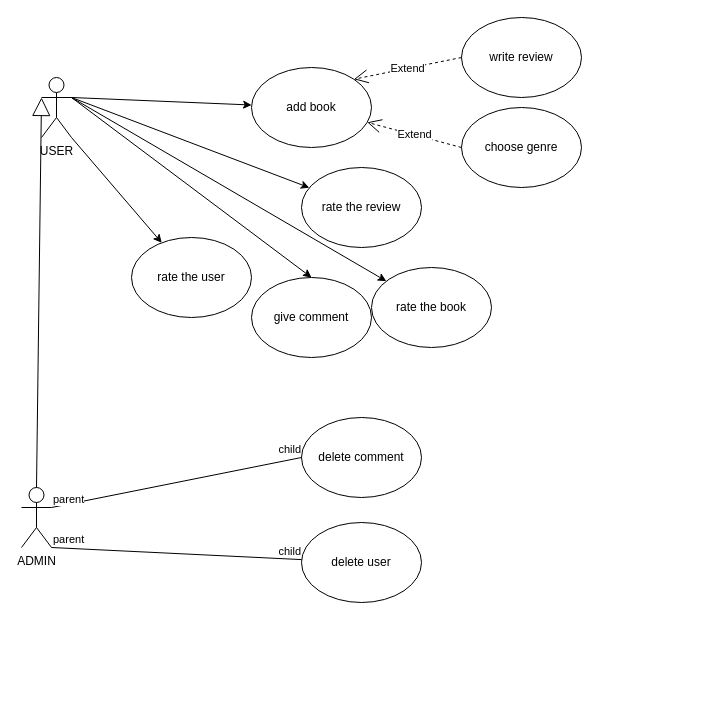
Above: LooksBooks/Диаграмма без названия.drawio in IvanOmelyashchik-2-10/LooksBooks (draw.io), before the change. Source tidied: cells renumbered, new cells numbered last; positions are measured from the earlier drawing's top-left corner, leaving out a move shared by most shapes. Both pictures are drawn from the tidied source at 100%, with x=0, y=0 at pixel (21, 17).
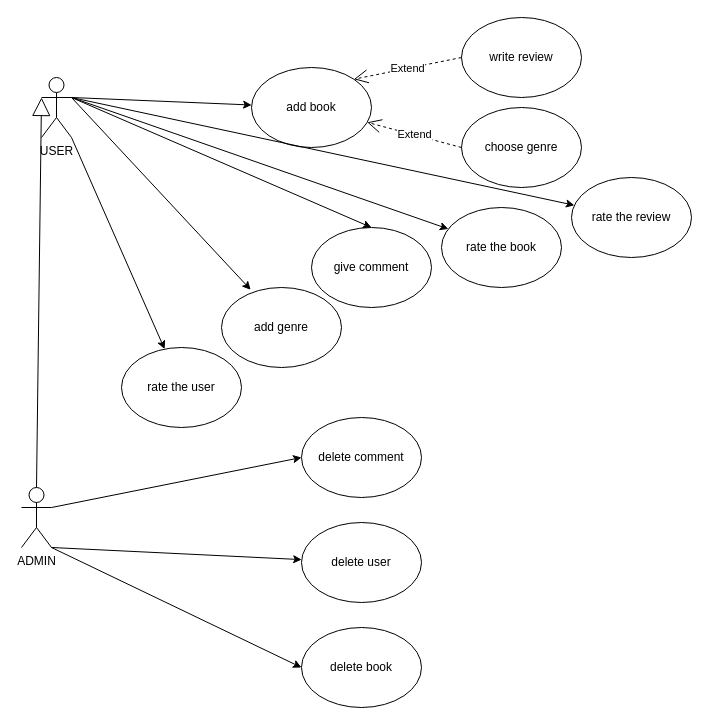
The same diagram, later.

The change refers to these unchanged cells:
```xml
<mxCell id="2" value="ADMIN" style="shape=umlActor;verticalLabelPosition=bottom;verticalAlign=top;html=1;" parent="1" vertex="1">
  <mxGeometry y="470" width="30" height="60" as="geometry" />
</mxCell>
<mxCell id="8" value="delete user" style="ellipse;whiteSpace=wrap;html=1;" parent="1" vertex="1">
  <mxGeometry x="280" y="505" width="120" height="80" as="geometry" />
</mxCell>
<mxCell id="9" value="delete comment" style="ellipse;whiteSpace=wrap;html=1;" parent="1" vertex="1">
  <mxGeometry x="280" y="400" width="120" height="80" as="geometry" />
</mxCell>
<mxCell id="19" value="USER" style="shape=umlActor;verticalLabelPosition=bottom;verticalAlign=top;html=1;" parent="1" vertex="1">
  <mxGeometry x="20" y="60" width="30" height="60" as="geometry" />
</mxCell>
```

The edit, as a diff of the source:
```diff
@@
+    <mxCell id="21" style="edgeStyle=none;rounded=0;jettySize=auto;html=1;exitX=1;exitY=0.3333333333333333;exitDx=0;exitDy=0;exitPerimeter=0;entryX=0;entryY=0.5;entryDx=0;entryDy=0;" parent="1" edge="1" source="2" target="9">
+      <mxGeometry relative="1" as="geometry" />
+    </mxCell>
+    <mxCell id="24" style="edgeStyle=none;rounded=0;jettySize=auto;html=1;exitX=1;exitY=1;exitDx=0;exitDy=0;exitPerimeter=0;" parent="1" edge="1" source="2" target="8">
+      <mxGeometry relative="1" as="geometry" />
+    </mxCell>
+    <mxCell id="27" style="edgeStyle=none;rounded=0;jettySize=auto;html=1;exitX=1;exitY=1;exitDx=0;exitDy=0;exitPerimeter=0;entryX=0;entryY=0.5;entryDx=0;entryDy=0;" parent="1" edge="1" source="2" target="30">
+      <mxGeometry relative="1" as="geometry" />
+    </mxCell>
@@
     <mxCell id="4" value="rate the book" style="ellipse;whiteSpace=wrap;html=1;" parent="1" vertex="1">
-      <mxGeometry x="350" y="250" width="120" height="80" as="geometry" />
+      <mxGeometry x="420" y="190" width="120" height="80" as="geometry" />
     </mxCell>
     <mxCell id="5" value="rate the user" style="ellipse;whiteSpace=wrap;html=1;" parent="1" vertex="1">
-      <mxGeometry x="110" y="220" width="120" height="80" as="geometry" />
+      <mxGeometry x="100" y="330" width="120" height="80" as="geometry" />
     </mxCell>
     <mxCell id="6" value="rate the review" style="ellipse;whiteSpace=wrap;html=1;" parent="1" vertex="1">
-      <mxGeometry x="280" y="150" width="120" height="80" as="geometry" />
+      <mxGeometry x="550" y="160" width="120" height="80" as="geometry" />
     </mxCell>
     <mxCell id="7" value="give comment" style="ellipse;whiteSpace=wrap;html=1;" parent="1" vertex="1">
-      <mxGeometry x="230" y="260" width="120" height="80" as="geometry" />
+      <mxGeometry x="290" y="210" width="120" height="80" as="geometry" />
     </mxCell>
@@
+    <mxCell id="28" style="edgeStyle=none;rounded=0;jettySize=auto;html=1;exitX=1;exitY=0.3333333333333333;exitDx=0;exitDy=0;exitPerimeter=0;entryX=0.243;entryY=0.028;entryDx=0;entryDy=0;entryPerimeter=0;" parent="1" edge="1" source="19" target="29">
+      <mxGeometry relative="1" as="geometry" />
+    </mxCell>
@@
-    <mxCell id="21" style="endArrow=none;html=1;rounded=0;exitX=1;exitY=0.3333333333333333;exitDx=0;exitDy=0;exitPerimeter=0;entryX=0;entryY=0.5;entryDx=0;entryDy=0;" parent="1" edge="1" source="2" target="9">
-      <mxGeometry relative="1" as="geometry" />
-    </mxCell>
-    <mxCell id="22" value="parent" style="edgeLabel;html=1;align=left;verticalAlign=bottom;" parent="21" vertex="1">
-      <mxGeometry x="-1" relative="1" as="geometry" />
-    </mxCell>
-    <mxCell id="23" value="child" style="edgeLabel;html=1;align=right;verticalAlign=bottom;" parent="21" vertex="1">
-      <mxGeometry x="1" relative="1" as="geometry" />
-    </mxCell>
-    <mxCell id="24" style="endArrow=none;html=1;rounded=0;exitX=1;exitY=1;exitDx=0;exitDy=0;exitPerimeter=0;" parent="1" edge="1" source="2" target="8">
-      <mxGeometry relative="1" as="geometry" />
-    </mxCell>
-    <mxCell id="25" value="parent" style="edgeLabel;html=1;align=left;verticalAlign=bottom;" parent="24" vertex="1">
-      <mxGeometry x="-1" relative="1" as="geometry" />
-    </mxCell>
-    <mxCell id="26" value="child" style="edgeLabel;html=1;align=right;verticalAlign=bottom;" parent="24" vertex="1">
-      <mxGeometry x="1" relative="1" as="geometry" />
-    </mxCell>
+    <mxCell id="29" value="add genre" style="ellipse;whiteSpace=wrap;html=1;" parent="1" vertex="1">
+      <mxGeometry x="200" y="270" width="120" height="80" as="geometry" />
+    </mxCell>
+    <mxCell id="30" value="delete book" style="ellipse;whiteSpace=wrap;html=1;" parent="1" vertex="1">
+      <mxGeometry x="280" y="610" width="120" height="80" as="geometry" />
+    </mxCell>
```
